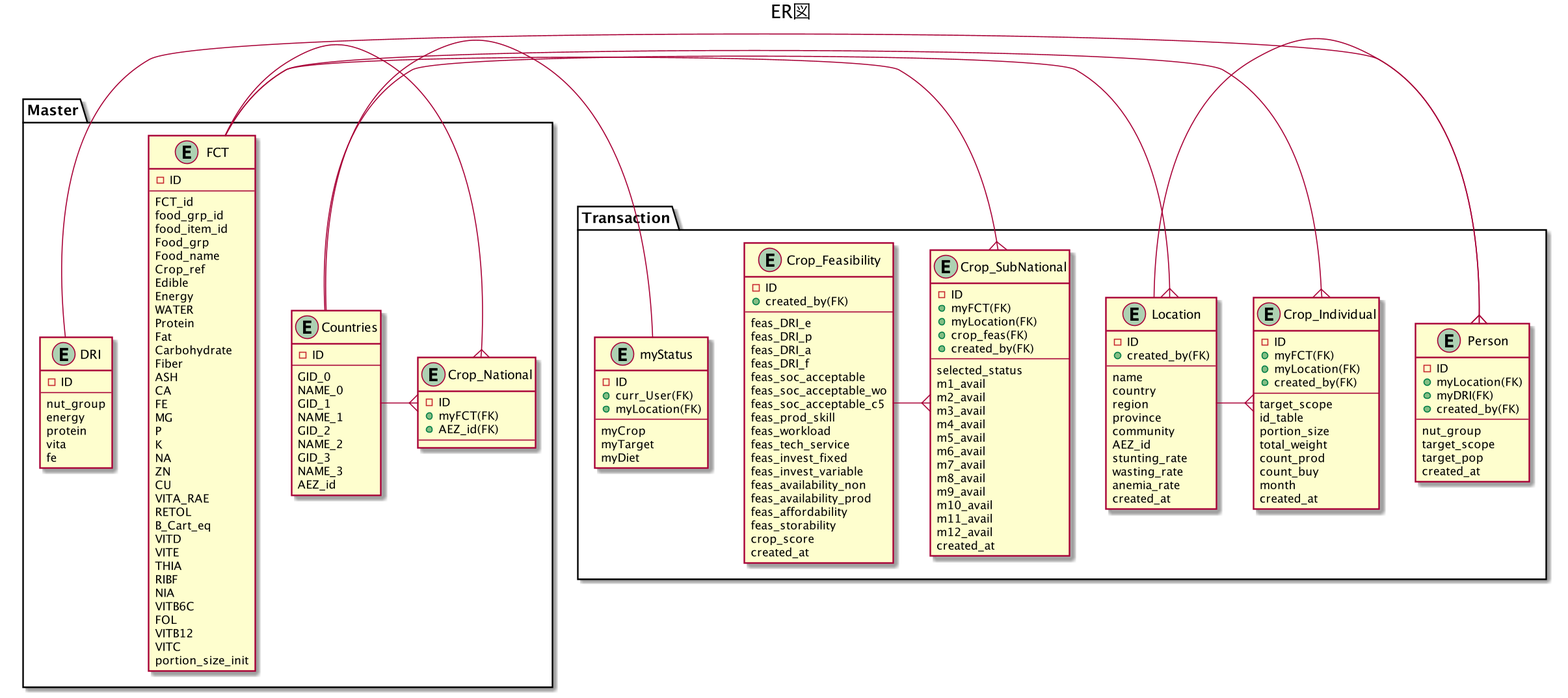
Before: myApp/static/ULM/ER02.png, a diagram exported from PlantUML (snakada1615/ifna_pwa02).
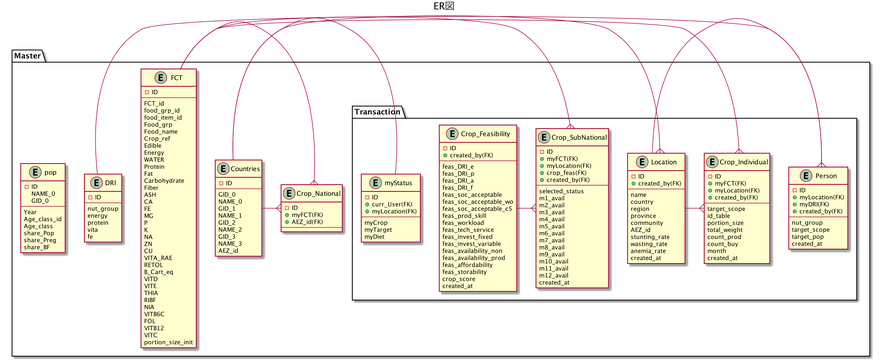
Later version of the same file.

Diff of the diagram source:
```diff
@@ -68,6 +68,17 @@
     + AEZ_id(FK)
 --
     }
+  entity pop {
+    -ID
+    NAME_0
+    GID_0
+--
+    Year
+    Age_class_id
+    Age_class
+    share_Pop
+    share_Preg
+    share_BF
   }
 
 package "Transaction" {
```
